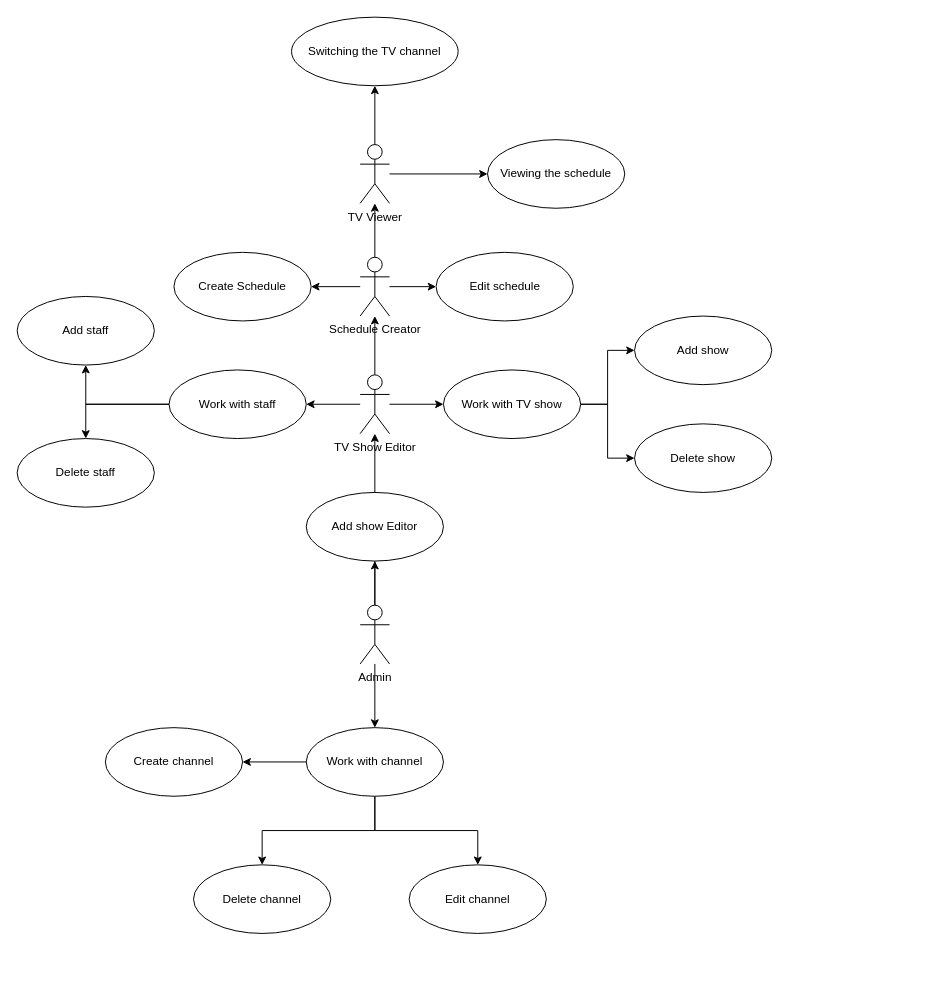
JustKingYT1/TNT keeps this draw.io diagram as Диаграмма без названия.drawio. Above is the earlier version. Source tidied: cells renumbered, new cells numbered last; positions are measured from the earlier drawing's top-left corner, leaving out a move shared by most shapes. Both pictures are drawn from the tidied source at 98%, with x=0, y=0 at pixel (17, 17).
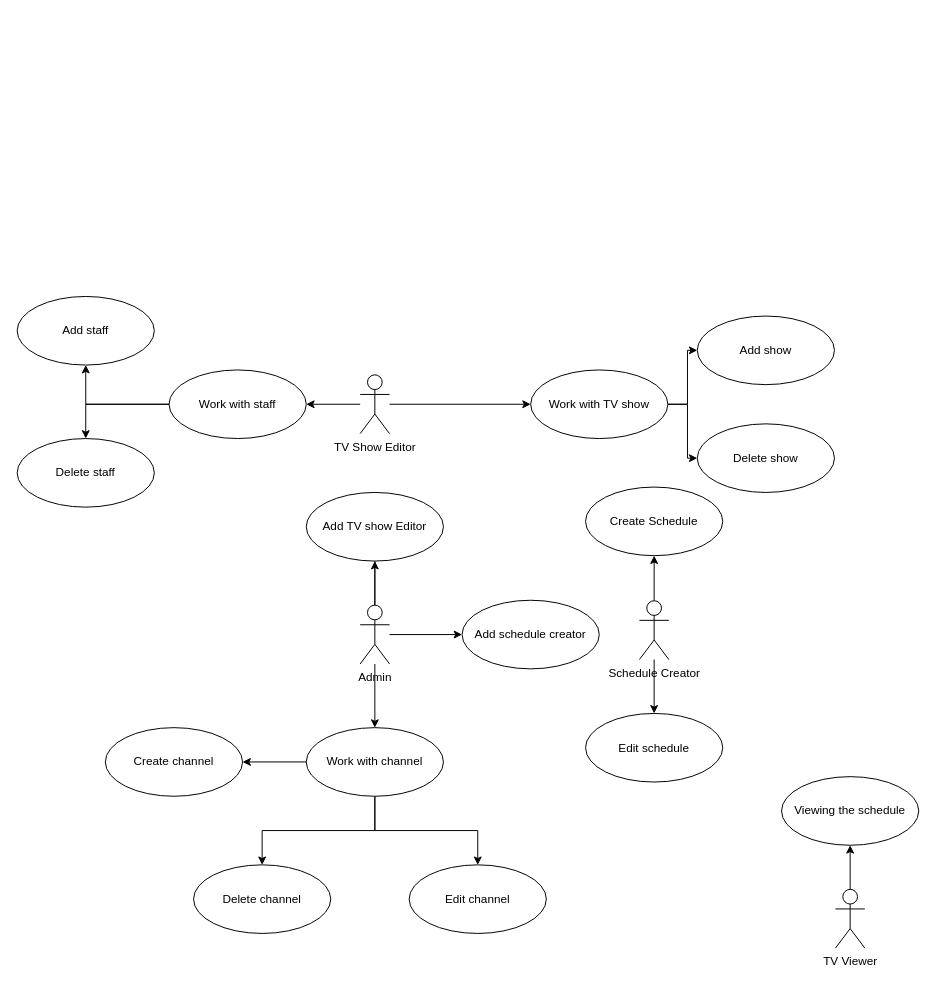
Above is the later version.

The change refers to these unchanged cells:
```xml
<mxCell id="5" value="Admin" style="shape=umlActor;verticalLabelPosition=bottom;verticalAlign=top;html=1;" parent="1" vertex="1">
  <mxGeometry x="350" y="600" width="30" height="60" as="geometry" />
</mxCell>
<mxCell id="11" value="TV Show Editor" style="shape=umlActor;verticalLabelPosition=bottom;verticalAlign=top;html=1;" parent="1" vertex="1">
  <mxGeometry x="350" y="365" width="30" height="60" as="geometry" />
</mxCell>
```

Change to the diagram source:
```diff
@@
-    <mxCell id="2" style="edgeStyle=orthogonalEdgeStyle;rounded=0;jettySize=auto;html=1;startArrow=none;" parent="1" edge="1" source="27" target="11">
-      <mxGeometry relative="1" as="geometry" />
-    </mxCell>
@@
-    <mxCell id="4" style="edgeStyle=orthogonalEdgeStyle;rounded=0;jettySize=auto;html=1;" parent="1" edge="1" source="5" target="27">
-      <mxGeometry relative="1" as="geometry" />
-    </mxCell>
+    <mxCell id="40" style="edgeStyle=orthogonalEdgeStyle;rounded=0;jettySize=auto;html=1;" parent="1" edge="1" source="5" target="42">
+      <mxGeometry relative="1" as="geometry" />
+    </mxCell>
+    <mxCell id="41" style="edgeStyle=orthogonalEdgeStyle;rounded=0;jettySize=auto;html=1;" parent="1" edge="1" source="5" target="44">
+      <mxGeometry relative="1" as="geometry" />
+    </mxCell>
@@
-    <mxCell id="10" style="edgeStyle=orthogonalEdgeStyle;rounded=0;jettySize=auto;html=1;" parent="1" edge="1" source="11" target="37">
-      <mxGeometry relative="1" as="geometry" />
-    </mxCell>
@@
     <mxCell id="19" value="Work with TV show" style="ellipse;whiteSpace=wrap;html=1;" parent="1" vertex="1">
-      <mxGeometry x="435" y="360" width="140" height="70" as="geometry" />
+      <mxGeometry x="524" y="360" width="140" height="70" as="geometry" />
     </mxCell>
     <mxCell id="20" value="Delete show" style="ellipse;whiteSpace=wrap;html=1;" parent="1" vertex="1">
-      <mxGeometry x="630" y="415" width="140" height="70" as="geometry" />
+      <mxGeometry x="694" y="415" width="140" height="70" as="geometry" />
     </mxCell>
     <mxCell id="21" value="Add show" style="ellipse;whiteSpace=wrap;html=1;" parent="1" vertex="1">
-      <mxGeometry x="630" y="305" width="140" height="70" as="geometry" />
+      <mxGeometry x="694" y="305" width="140" height="70" as="geometry" />
     </mxCell>
@@
-    <mxCell id="27" value="Add show Editor" style="ellipse;whiteSpace=wrap;html=1;" parent="1" vertex="1">
-      <mxGeometry x="295" y="485" width="140" height="70" as="geometry" />
-    </mxCell>
-    <mxCell id="28" style="edgeStyle=orthogonalEdgeStyle;rounded=0;jettySize=auto;html=1;endArrow=none;" parent="1" edge="1" source="5" target="27">
-      <mxGeometry relative="1" as="geometry" />
-    </mxCell>
-    <mxCell id="29" style="edgeStyle=orthogonalEdgeStyle;rounded=0;jettySize=auto;html=1;entryX=0.5;entryY=1;entryDx=0;entryDy=0;" parent="1" edge="1" source="31" target="32">
-      <mxGeometry relative="1" as="geometry" />
-    </mxCell>
+    <mxCell id="42" value="Add TV show Editor" style="ellipse;whiteSpace=wrap;html=1;" parent="1" vertex="1">
+      <mxGeometry x="295" y="485" width="140" height="70" as="geometry" />
+    </mxCell>
+    <mxCell id="43" style="edgeStyle=orthogonalEdgeStyle;rounded=0;jettySize=auto;html=1;endArrow=none;" parent="1" edge="1" source="5" target="42">
+      <mxGeometry relative="1" as="geometry" />
+    </mxCell>
-    <mxCell id="30" style="edgeStyle=orthogonalEdgeStyle;rounded=0;jettySize=auto;html=1;entryX=0;entryY=0.5;entryDx=0;entryDy=0;" parent="1" edge="1" source="31" target="33">
+    <mxCell id="30" style="edgeStyle=orthogonalEdgeStyle;rounded=0;jettySize=auto;html=1;" parent="1" edge="1" source="31" target="33">
       <mxGeometry relative="1" as="geometry" />
     </mxCell>
     <mxCell id="31" value="TV Viewer" style="shape=umlActor;verticalLabelPosition=bottom;verticalAlign=top;html=1;" parent="1" vertex="1">
-      <mxGeometry x="350" y="130" width="30" height="60" as="geometry" />
+      <mxGeometry x="835" y="890" width="30" height="60" as="geometry" />
     </mxCell>
-    <mxCell id="32" value="Switching the TV channel" style="ellipse;whiteSpace=wrap;html=1;" parent="1" vertex="1">
-      <mxGeometry x="280" width="170" height="70" as="geometry" />
-    </mxCell>
     <mxCell id="33" value="Viewing the schedule" style="ellipse;whiteSpace=wrap;html=1;" parent="1" vertex="1">
-      <mxGeometry x="480" y="125" width="140" height="70" as="geometry" />
+      <mxGeometry x="780" y="775" width="140" height="70" as="geometry" />
     </mxCell>
-    <mxCell id="34" style="edgeStyle=orthogonalEdgeStyle;rounded=0;jettySize=auto;html=1;entryX=1;entryY=0.5;entryDx=0;entryDy=0;" parent="1" edge="1" source="37" target="38">
+    <mxCell id="34" style="edgeStyle=orthogonalEdgeStyle;rounded=0;jettySize=auto;html=1;" parent="1" edge="1" source="37" target="38">
       <mxGeometry relative="1" as="geometry" />
     </mxCell>
-    <mxCell id="35" style="edgeStyle=orthogonalEdgeStyle;rounded=0;jettySize=auto;html=1;entryX=0;entryY=0.5;entryDx=0;entryDy=0;" parent="1" edge="1" source="37" target="39">
+    <mxCell id="35" style="edgeStyle=orthogonalEdgeStyle;rounded=0;jettySize=auto;html=1;" parent="1" edge="1" source="37" target="39">
       <mxGeometry relative="1" as="geometry" />
     </mxCell>
-    <mxCell id="36" style="edgeStyle=orthogonalEdgeStyle;rounded=0;jettySize=auto;html=1;" parent="1" edge="1" source="37" target="31">
-      <mxGeometry relative="1" as="geometry" />
-    </mxCell>
     <mxCell id="37" value="Schedule Creator" style="shape=umlActor;verticalLabelPosition=bottom;verticalAlign=top;html=1;" parent="1" vertex="1">
-      <mxGeometry x="350" y="245" width="30" height="60" as="geometry" />
+      <mxGeometry x="635" y="595.5" width="30" height="60" as="geometry" />
     </mxCell>
     <mxCell id="38" value="Create Schedule" style="ellipse;whiteSpace=wrap;html=1;" parent="1" vertex="1">
-      <mxGeometry x="160" y="240" width="140" height="70" as="geometry" />
+      <mxGeometry x="580" y="479.5" width="140" height="70" as="geometry" />
     </mxCell>
     <mxCell id="39" value="Edit schedule" style="ellipse;whiteSpace=wrap;html=1;" parent="1" vertex="1">
-      <mxGeometry x="427.5" y="240" width="140" height="70" as="geometry" />
+      <mxGeometry x="580" y="710.5" width="140" height="70" as="geometry" />
     </mxCell>
+    <mxCell id="44" value="Add schedule creator" style="ellipse;whiteSpace=wrap;html=1;" parent="1" vertex="1">
+      <mxGeometry x="454" y="595" width="140" height="70" as="geometry" />
+    </mxCell>
```
